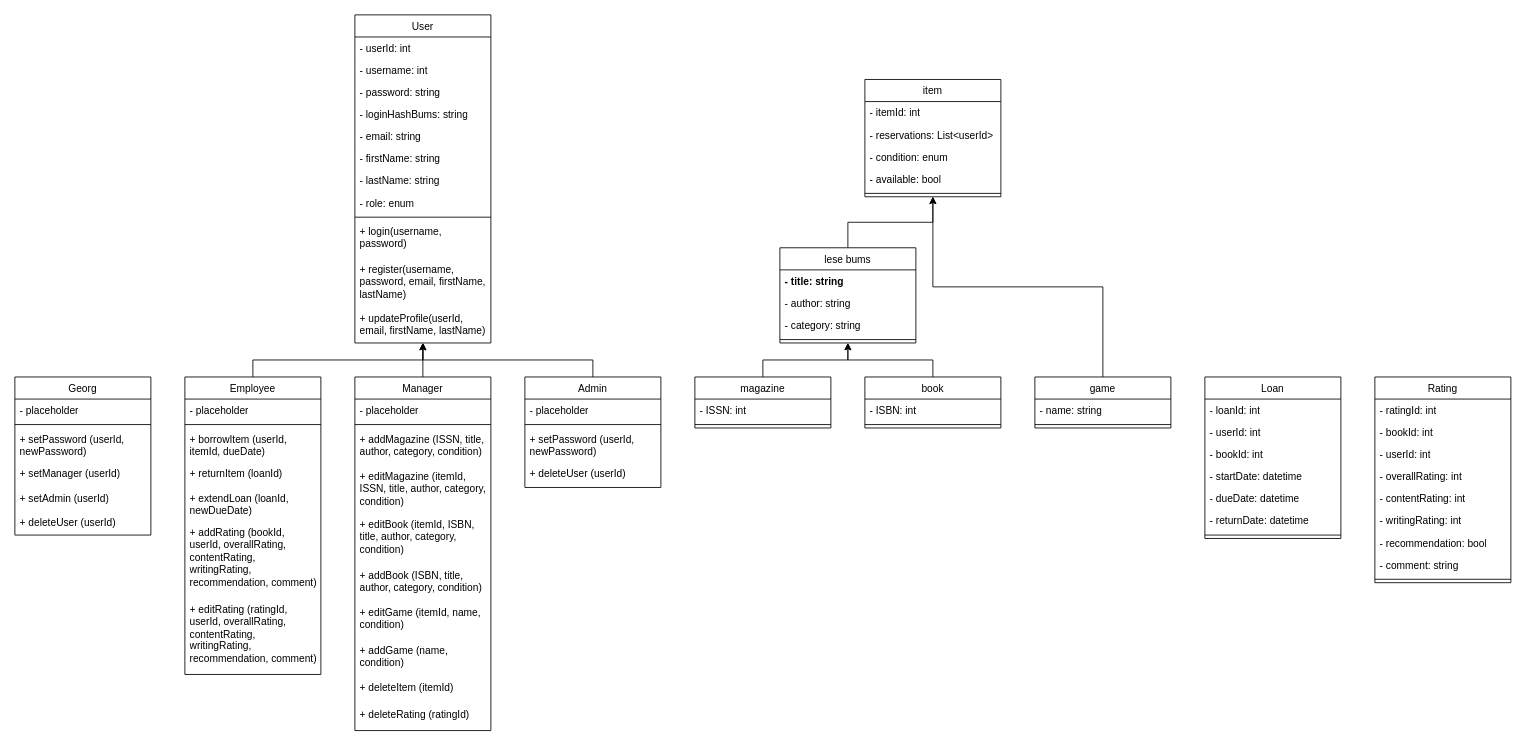
Before: Planning/UML Diagrams/Class-Diagram.drawio in saltyniggo/BAMBUS, a draw.io diagram. Source tidied: cells renumbered, new cells numbered last; positions are measured from the earlier drawing's top-left corner, leaving out a move shared by most shapes. Both pictures are drawn from the tidied source at 85%, with x=0, y=0 at pixel (14, 14).
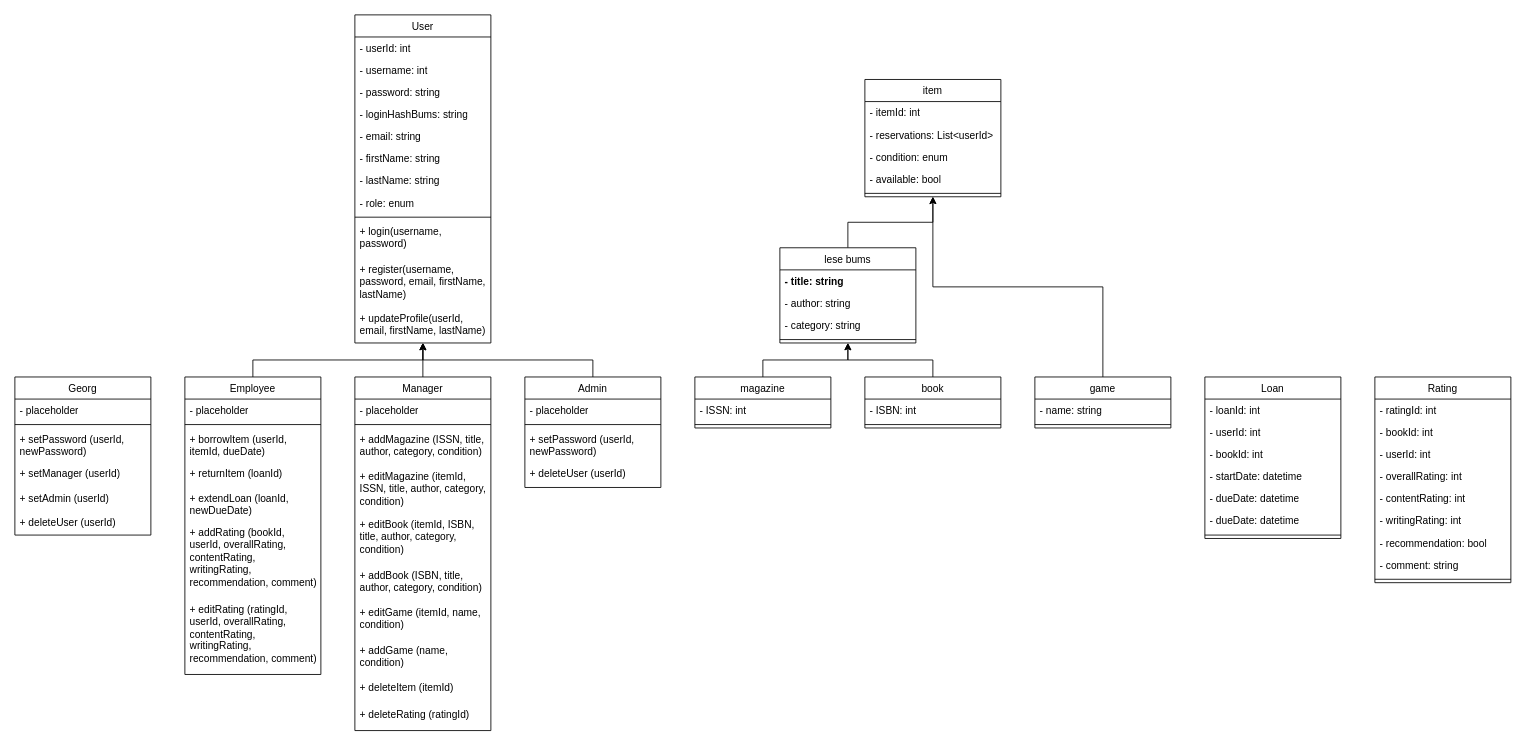
After the change.

Commit message (it also covers changes not shown here):
returnDate -> dueDate

Unchanged cells that the change refers to:
```xml
<mxCell id="8" value="Loan" style="swimlane;fontStyle=0;align=center;verticalAlign=top;horizontal=1;startSize=26;rounded=0;shadow=0;strokeWidth=1;whiteSpace=wrap;" parent="1" vertex="1">
  <mxGeometry x="1400" y="426" width="160" height="190" as="geometry" />
</mxCell>
```

Diff of the diagram source:
```diff
@@
-    <mxCell id="14" value="- returnDate: datetime" style="text;align=left;verticalAlign=top;spacingLeft=4;spacingRight=4;overflow=hidden;whiteSpace=wrap;" parent="8" vertex="1">
+    <mxCell id="14" value="- dueDate: datetime" style="text;align=left;verticalAlign=top;spacingLeft=4;spacingRight=4;overflow=hidden;whiteSpace=wrap;" parent="8" vertex="1">
       <mxGeometry y="156" width="160" height="26" as="geometry" />
     </mxCell>
```
